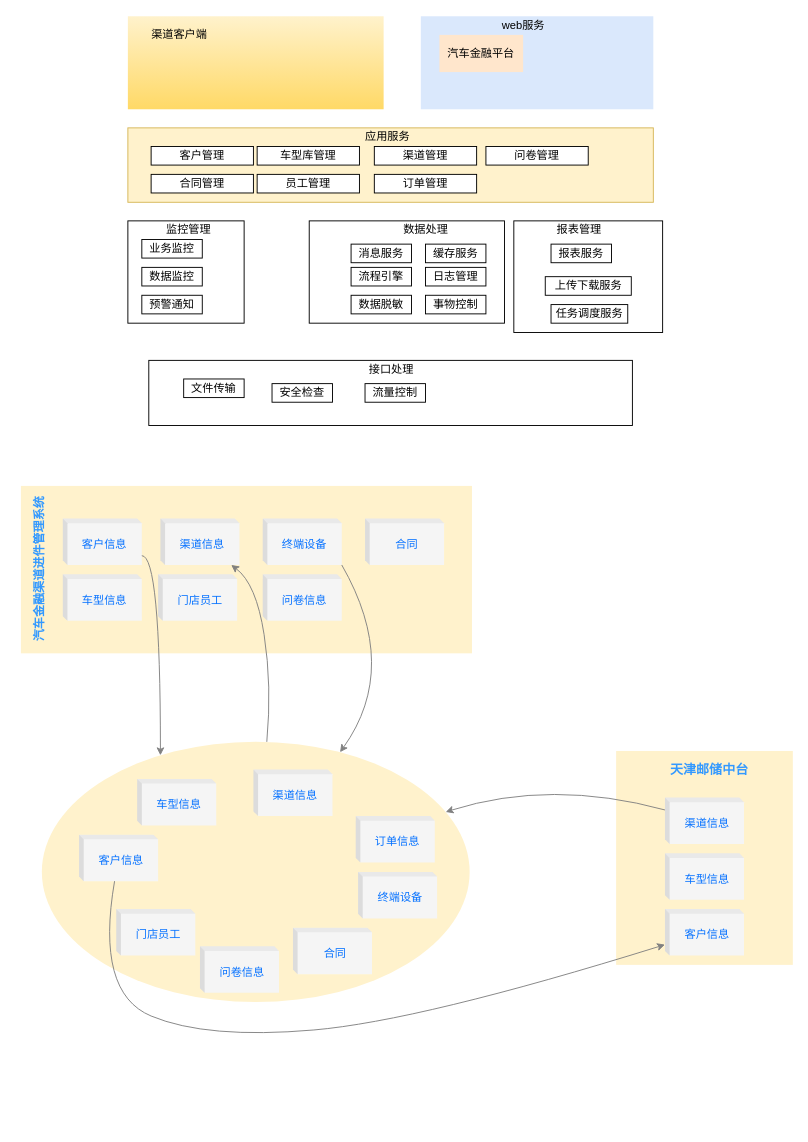
gxhslcww/scala keeps this draw.io diagram as Untitled Diagram3333333.drawio. Above is the earlier version. Source tidied: cells renumbered, new cells numbered last; positions are measured from the earlier drawing's top-left corner, leaving out a move shared by most shapes. Both pictures are drawn from the tidied source at 93%, with x=0, y=0 at pixel (16, 16).
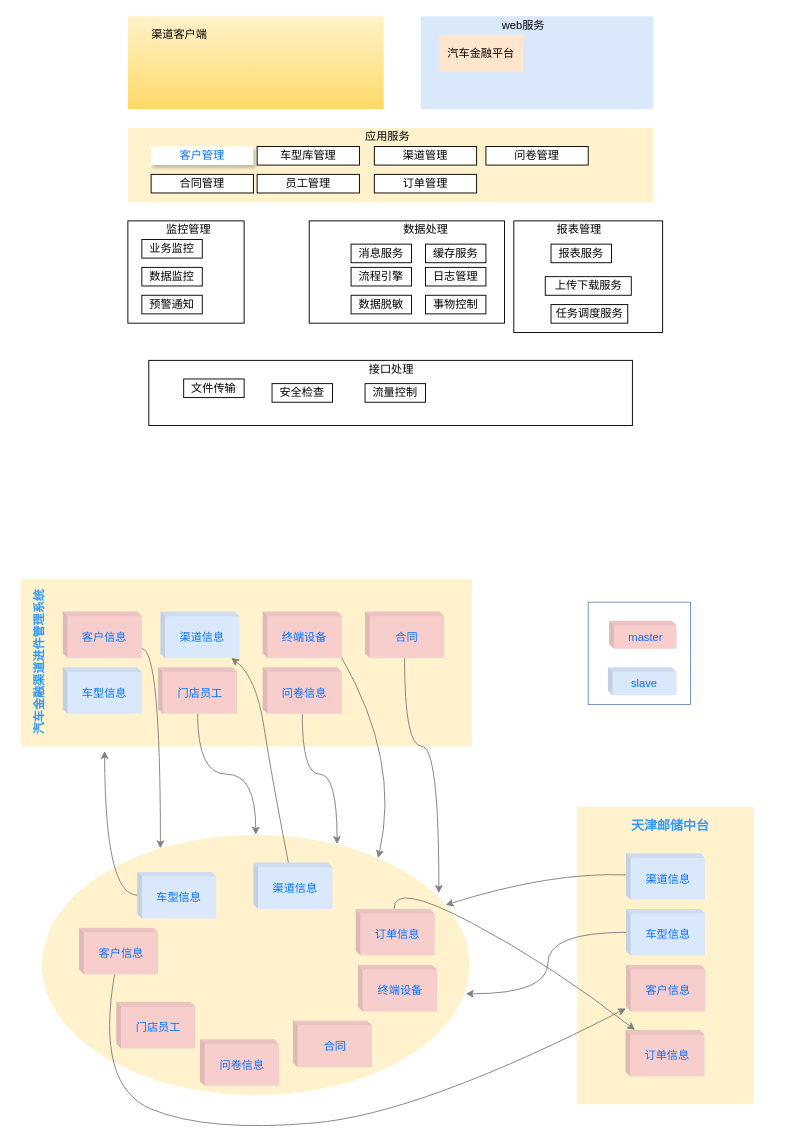
The same page after the edit.

What changed in the source:
```diff
@@
-    <mxCell id="4" style="rounded=0;whiteSpace=wrap;html=1;fillColor=#fff2cc;strokeColor=#d6b656;" parent="1" vertex="1">
+    <mxCell id="4" style="rounded=0;whiteSpace=wrap;html=1;fillColor=#fff2cc;strokeColor=none;" parent="1" vertex="1">
       <mxGeometry x="120" y="120" width="565" height="80" as="geometry" />
     </mxCell>
@@
-    <mxCell id="11" value="客户管理" style="rounded=0;whiteSpace=wrap;html=1;" parent="1" vertex="1">
+    <mxCell id="11" value="&lt;font color=&quot;#0571ff&quot;&gt;客户管理&lt;/font&gt;" style="rounded=0;whiteSpace=wrap;html=1;strokeColor=none;shadow=1;" parent="1" vertex="1">
       <mxGeometry x="145" y="140" width="110" height="20" as="geometry" />
     </mxCell>
@@
     <mxCell id="39" style="ellipse;whiteSpace=wrap;html=1;fillColor=#fff2cc;strokeColor=none;" parent="1" vertex="1">
-      <mxGeometry x="27.5" y="780" width="460" height="280" as="geometry" />
+      <mxGeometry x="27.5" y="880" width="460" height="280" as="geometry" />
     </mxCell>
     <mxCell id="40" style="rounded=0;whiteSpace=wrap;html=1;fillColor=#fff2cc;strokeColor=none;" parent="1" vertex="1">
-      <mxGeometry x="645" y="790" width="190" height="230" as="geometry" />
+      <mxGeometry x="603.1" y="850" width="190" height="320" as="geometry" />
     </mxCell>
     <mxCell id="41" value="&lt;font style=&quot;font-size: 14px&quot; color=&quot;#3399ff&quot;&gt;&lt;b&gt;天津邮储中台&lt;/b&gt;&lt;/font&gt;" style="text;html=1;align=center;verticalAlign=middle;strokeColor=none;fillColor=none;fontColor=#000000;" parent="1" vertex="1">
-      <mxGeometry x="695" y="800" width="100" height="20" as="geometry" />
+      <mxGeometry x="653.1" y="860" width="100" height="20" as="geometry" />
     </mxCell>
     <mxCell id="42" style="rounded=0;whiteSpace=wrap;html=1;fillColor=#fff2cc;strokeColor=none;" parent="1" vertex="1">
-      <mxGeometry x="5" y="505" width="485" height="180" as="geometry" />
+      <mxGeometry x="5" y="605" width="485" height="180" as="geometry" />
     </mxCell>
     <mxCell id="43" value="&lt;blockquote&gt;&lt;font face=&quot;Comic Sans MS&quot; style=&quot;font-size: 13px&quot; color=&quot;#3399ff&quot;&gt;&lt;b&gt;汽车金融渠道进件管理系统&lt;/b&gt;&lt;/font&gt;&lt;/blockquote&gt;" style="text;html=1;align=center;verticalAlign=middle;strokeColor=none;fillColor=none;fontColor=#000000;horizontal=0;" parent="1" vertex="1">
-      <mxGeometry y="475" width="50" height="240" as="geometry" />
+      <mxGeometry y="575" width="50" height="240" as="geometry" />
     </mxCell>
-    <mxCell id="44" value="&lt;font color=&quot;#0571ff&quot;&gt;客户信息&lt;/font&gt;" style="shape=cube;whiteSpace=wrap;html=1;boundedLbl=1;backgroundOutline=1;darkOpacity=0.05;darkOpacity2=0.1;fontColor=#333333;size=5;fillColor=#f5f5f5;strokeColor=none;" parent="1" vertex="1">
-      <mxGeometry x="67.5" y="880" width="85" height="50" as="geometry" />
+    <mxCell id="44" value="&lt;font color=&quot;#0571ff&quot;&gt;客户信息&lt;/font&gt;" style="shape=cube;whiteSpace=wrap;html=1;boundedLbl=1;backgroundOutline=1;darkOpacity=0.05;darkOpacity2=0.1;size=5;fillColor=#f8cecc;strokeColor=none;" parent="1" vertex="1">
+      <mxGeometry x="67.5" y="980" width="85" height="50" as="geometry" />
     </mxCell>
-    <mxCell id="45" value="&lt;font color=&quot;#0571ff&quot;&gt;车型信息&lt;/font&gt;" style="shape=cube;whiteSpace=wrap;html=1;boundedLbl=1;backgroundOutline=1;darkOpacity=0.05;darkOpacity2=0.1;size=5;fillColor=#f5f5f5;strokeColor=none;fontColor=#333333;" parent="1" vertex="1">
-      <mxGeometry x="130" y="820" width="85" height="50" as="geometry" />
+    <mxCell id="45" value="&lt;font color=&quot;#0571ff&quot;&gt;车型信息&lt;/font&gt;" style="shape=cube;whiteSpace=wrap;html=1;boundedLbl=1;backgroundOutline=1;darkOpacity=0.05;darkOpacity2=0.1;size=5;fillColor=#dae8fc;strokeColor=none;" parent="1" vertex="1">
+      <mxGeometry x="130" y="920" width="85" height="50" as="geometry" />
     </mxCell>
-    <mxCell id="46" value="&lt;font color=&quot;#0571ff&quot;&gt;渠道信息&lt;/font&gt;" style="shape=cube;whiteSpace=wrap;html=1;boundedLbl=1;backgroundOutline=1;darkOpacity=0.05;darkOpacity2=0.1;size=5;fillColor=#f5f5f5;strokeColor=none;fontColor=#333333;" parent="1" vertex="1">
-      <mxGeometry x="255" y="810" width="85" height="50" as="geometry" />
+    <mxCell id="46" value="&lt;font color=&quot;#0571ff&quot;&gt;渠道信息&lt;/font&gt;" style="shape=cube;whiteSpace=wrap;html=1;boundedLbl=1;backgroundOutline=1;darkOpacity=0.05;darkOpacity2=0.1;size=5;fillColor=#dae8fc;strokeColor=none;" parent="1" vertex="1">
+      <mxGeometry x="255" y="910" width="85" height="50" as="geometry" />
     </mxCell>
-    <mxCell id="47" value="&lt;font color=&quot;#0571ff&quot;&gt;门店员工&lt;/font&gt;" style="shape=cube;whiteSpace=wrap;html=1;boundedLbl=1;backgroundOutline=1;darkOpacity=0.05;darkOpacity2=0.1;size=5;fillColor=#f5f5f5;strokeColor=none;fontColor=#333333;" parent="1" vertex="1">
-      <mxGeometry x="107.5" y="960" width="85" height="50" as="geometry" />
+    <mxCell id="47" value="&lt;font color=&quot;#0571ff&quot;&gt;门店员工&lt;/font&gt;" style="shape=cube;whiteSpace=wrap;html=1;boundedLbl=1;backgroundOutline=1;darkOpacity=0.05;darkOpacity2=0.1;size=5;fillColor=#f8cecc;strokeColor=none;" parent="1" vertex="1">
+      <mxGeometry x="107.5" y="1060" width="85" height="50" as="geometry" />
     </mxCell>
-    <mxCell id="48" value="&lt;font color=&quot;#0571ff&quot;&gt;问卷信息&lt;/font&gt;" style="shape=cube;whiteSpace=wrap;html=1;boundedLbl=1;backgroundOutline=1;darkOpacity=0.05;darkOpacity2=0.1;size=5;fillColor=#f5f5f5;strokeColor=none;fontColor=#333333;" parent="1" vertex="1">
-      <mxGeometry x="197.5" y="1000" width="85" height="50" as="geometry" />
+    <mxCell id="48" value="&lt;font color=&quot;#0571ff&quot;&gt;问卷信息&lt;/font&gt;" style="shape=cube;whiteSpace=wrap;html=1;boundedLbl=1;backgroundOutline=1;darkOpacity=0.05;darkOpacity2=0.1;size=5;fillColor=#f8cecc;strokeColor=none;" parent="1" vertex="1">
+      <mxGeometry x="197.5" y="1100" width="85" height="50" as="geometry" />
     </mxCell>
-    <mxCell id="49" value="&lt;font color=&quot;#0571ff&quot;&gt;合同&lt;/font&gt;" style="shape=cube;whiteSpace=wrap;html=1;boundedLbl=1;backgroundOutline=1;darkOpacity=0.05;darkOpacity2=0.1;size=5;fillColor=#f5f5f5;strokeColor=none;fontColor=#333333;" parent="1" vertex="1">
-      <mxGeometry x="297.5" y="980" width="85" height="50" as="geometry" />
+    <mxCell id="49" value="&lt;font color=&quot;#0571ff&quot;&gt;合同&lt;/font&gt;" style="shape=cube;whiteSpace=wrap;html=1;boundedLbl=1;backgroundOutline=1;darkOpacity=0.05;darkOpacity2=0.1;size=5;fillColor=#f8cecc;strokeColor=none;" parent="1" vertex="1">
+      <mxGeometry x="297.5" y="1080" width="85" height="50" as="geometry" />
     </mxCell>
-    <mxCell id="50" value="&lt;font color=&quot;#0571ff&quot;&gt;终端设备&lt;/font&gt;" style="shape=cube;whiteSpace=wrap;html=1;boundedLbl=1;backgroundOutline=1;darkOpacity=0.05;darkOpacity2=0.1;size=5;fillColor=#f5f5f5;strokeColor=none;fontColor=#333333;" parent="1" vertex="1">
-      <mxGeometry x="367.5" y="920" width="85" height="50" as="geometry" />
+    <mxCell id="50" value="&lt;font color=&quot;#0571ff&quot;&gt;终端设备&lt;/font&gt;" style="shape=cube;whiteSpace=wrap;html=1;boundedLbl=1;backgroundOutline=1;darkOpacity=0.05;darkOpacity2=0.1;size=5;fillColor=#f8cecc;strokeColor=none;" parent="1" vertex="1">
+      <mxGeometry x="367.5" y="1020" width="85" height="50" as="geometry" />
     </mxCell>
-    <mxCell id="51" value="&lt;font color=&quot;#0571ff&quot;&gt;渠道信息&lt;/font&gt;" style="shape=cube;whiteSpace=wrap;html=1;boundedLbl=1;backgroundOutline=1;darkOpacity=0.05;darkOpacity2=0.1;size=5;fillColor=#f5f5f5;strokeColor=none;fontColor=#333333;" parent="1" vertex="1">
-      <mxGeometry x="697.5" y="840" width="85" height="50" as="geometry" />
+    <mxCell id="51" value="&lt;font color=&quot;#0571ff&quot;&gt;渠道信息&lt;/font&gt;" style="shape=cube;whiteSpace=wrap;html=1;boundedLbl=1;backgroundOutline=1;darkOpacity=0.05;darkOpacity2=0.1;size=5;fillColor=#dae8fc;strokeColor=none;" parent="1" vertex="1">
+      <mxGeometry x="655.6" y="900" width="85" height="50" as="geometry" />
     </mxCell>
+    <mxCell id="67" style="edgeStyle=orthogonalEdgeStyle;curved=1;rounded=0;jettySize=auto;html=1;fontFamily=Comic Sans MS;fontSize=14;fontColor=#0571FF;strokeColor=#808080;entryX=0.991;entryY=0.611;entryDx=0;entryDy=0;entryPerimeter=0;" parent="1" edge="1" source="52" target="39">
+      <mxGeometry relative="1" as="geometry" />
+    </mxCell>
-    <mxCell id="52" value="&lt;font color=&quot;#0571ff&quot;&gt;车型信息&lt;/font&gt;" style="shape=cube;whiteSpace=wrap;html=1;boundedLbl=1;backgroundOutline=1;darkOpacity=0.05;darkOpacity2=0.1;size=5;fillColor=#f5f5f5;strokeColor=none;fontColor=#333333;" parent="1" vertex="1">
-      <mxGeometry x="697.5" y="900" width="85" height="50" as="geometry" />
+    <mxCell id="52" value="&lt;font color=&quot;#0571ff&quot;&gt;车型信息&lt;/font&gt;" style="shape=cube;whiteSpace=wrap;html=1;boundedLbl=1;backgroundOutline=1;darkOpacity=0.05;darkOpacity2=0.1;size=5;fillColor=#dae8fc;strokeColor=none;" parent="1" vertex="1">
+      <mxGeometry x="655.6" y="960" width="85" height="50" as="geometry" />
     </mxCell>
-    <mxCell id="53" value="&lt;font color=&quot;#0571ff&quot;&gt;客户信息&lt;/font&gt;" style="shape=cube;whiteSpace=wrap;html=1;boundedLbl=1;backgroundOutline=1;darkOpacity=0.05;darkOpacity2=0.1;fontColor=#333333;size=5;fillColor=#f5f5f5;strokeColor=none;" parent="1" vertex="1">
-      <mxGeometry x="697.5" y="960" width="85" height="50" as="geometry" />
+    <mxCell id="53" value="&lt;font color=&quot;#0571ff&quot;&gt;客户信息&lt;/font&gt;" style="shape=cube;whiteSpace=wrap;html=1;boundedLbl=1;backgroundOutline=1;darkOpacity=0.05;darkOpacity2=0.1;size=5;fillColor=#f8cecc;strokeColor=none;" parent="1" vertex="1">
+      <mxGeometry x="655.6" y="1020" width="85" height="50" as="geometry" />
     </mxCell>
-    <mxCell id="54" value="&lt;font color=&quot;#0571ff&quot;&gt;客户信息&lt;/font&gt;" style="shape=cube;whiteSpace=wrap;html=1;boundedLbl=1;backgroundOutline=1;darkOpacity=0.05;darkOpacity2=0.1;fontColor=#333333;size=5;fillColor=#f5f5f5;strokeColor=none;" parent="1" vertex="1">
-      <mxGeometry x="50" y="540" width="85" height="50" as="geometry" />
+    <mxCell id="54" value="&lt;font color=&quot;#0571ff&quot;&gt;客户信息&lt;/font&gt;" style="shape=cube;whiteSpace=wrap;html=1;boundedLbl=1;backgroundOutline=1;darkOpacity=0.05;darkOpacity2=0.1;size=5;fillColor=#f8cecc;strokeColor=none;" parent="1" vertex="1">
+      <mxGeometry x="50" y="640" width="85" height="50" as="geometry" />
     </mxCell>
-    <mxCell id="55" value="&lt;font color=&quot;#0571ff&quot;&gt;渠道信息&lt;/font&gt;" style="shape=cube;whiteSpace=wrap;html=1;boundedLbl=1;backgroundOutline=1;darkOpacity=0.05;darkOpacity2=0.1;size=5;fillColor=#f5f5f5;strokeColor=none;fontColor=#333333;" parent="1" vertex="1">
-      <mxGeometry x="155" y="540" width="85" height="50" as="geometry" />
+    <mxCell id="55" value="&lt;font color=&quot;#0571ff&quot;&gt;渠道信息&lt;/font&gt;" style="shape=cube;whiteSpace=wrap;html=1;boundedLbl=1;backgroundOutline=1;darkOpacity=0.05;darkOpacity2=0.1;size=5;fillColor=#dae8fc;strokeColor=none;" parent="1" vertex="1">
+      <mxGeometry x="155" y="640" width="85" height="50" as="geometry" />
     </mxCell>
-    <mxCell id="56" value="&lt;font color=&quot;#0571ff&quot;&gt;终端设备&lt;/font&gt;" style="shape=cube;whiteSpace=wrap;html=1;boundedLbl=1;backgroundOutline=1;darkOpacity=0.05;darkOpacity2=0.1;size=5;fillColor=#f5f5f5;strokeColor=none;fontColor=#333333;" parent="1" vertex="1">
-      <mxGeometry x="265" y="540" width="85" height="50" as="geometry" />
+    <mxCell id="56" value="&lt;font color=&quot;#0571ff&quot;&gt;终端设备&lt;/font&gt;" style="shape=cube;whiteSpace=wrap;html=1;boundedLbl=1;backgroundOutline=1;darkOpacity=0.05;darkOpacity2=0.1;size=5;fillColor=#f8cecc;strokeColor=none;" parent="1" vertex="1">
+      <mxGeometry x="265" y="640" width="85" height="50" as="geometry" />
     </mxCell>
+    <mxCell id="68" style="edgeStyle=orthogonalEdgeStyle;curved=1;rounded=0;jettySize=auto;html=1;fontFamily=Comic Sans MS;fontSize=14;fontColor=#0571FF;strokeColor=#808080;entryX=0.928;entryY=0.224;entryDx=0;entryDy=0;entryPerimeter=0;" parent="1" edge="1" source="57" target="39">
+      <mxGeometry relative="1" as="geometry" />
+    </mxCell>
-    <mxCell id="57" value="&lt;font color=&quot;#0571ff&quot;&gt;合同&lt;/font&gt;" style="shape=cube;whiteSpace=wrap;html=1;boundedLbl=1;backgroundOutline=1;darkOpacity=0.05;darkOpacity2=0.1;size=5;fillColor=#f5f5f5;strokeColor=none;fontColor=#333333;" parent="1" vertex="1">
-      <mxGeometry x="375" y="540" width="85" height="50" as="geometry" />
+    <mxCell id="57" value="&lt;font color=&quot;#0571ff&quot;&gt;合同&lt;/font&gt;" style="shape=cube;whiteSpace=wrap;html=1;boundedLbl=1;backgroundOutline=1;darkOpacity=0.05;darkOpacity2=0.1;size=5;fillColor=#f8cecc;strokeColor=none;" parent="1" vertex="1">
+      <mxGeometry x="375" y="640" width="85" height="50" as="geometry" />
     </mxCell>
-    <mxCell id="58" value="&lt;font color=&quot;#0571ff&quot;&gt;车型信息&lt;/font&gt;" style="shape=cube;whiteSpace=wrap;html=1;boundedLbl=1;backgroundOutline=1;darkOpacity=0.05;darkOpacity2=0.1;size=5;fillColor=#f5f5f5;strokeColor=none;fontColor=#333333;" parent="1" vertex="1">
-      <mxGeometry x="50" y="600" width="85" height="50" as="geometry" />
+    <mxCell id="58" value="&lt;font color=&quot;#0571ff&quot;&gt;车型信息&lt;/font&gt;" style="shape=cube;whiteSpace=wrap;html=1;boundedLbl=1;backgroundOutline=1;darkOpacity=0.05;darkOpacity2=0.1;size=5;fillColor=#dae8fc;strokeColor=none;" parent="1" vertex="1">
+      <mxGeometry x="50" y="700" width="85" height="50" as="geometry" />
     </mxCell>
+    <mxCell id="69" style="edgeStyle=orthogonalEdgeStyle;curved=1;rounded=0;jettySize=auto;html=1;fontFamily=Comic Sans MS;fontSize=14;fontColor=#0571FF;strokeColor=#808080;" parent="1" edge="1" source="59" target="39">
+      <mxGeometry relative="1" as="geometry" />
+    </mxCell>
-    <mxCell id="59" value="&lt;font color=&quot;#0571ff&quot;&gt;门店员工&lt;/font&gt;" style="shape=cube;whiteSpace=wrap;html=1;boundedLbl=1;backgroundOutline=1;darkOpacity=0.05;darkOpacity2=0.1;size=5;fillColor=#f5f5f5;strokeColor=none;fontColor=#333333;" parent="1" vertex="1">
-      <mxGeometry x="152.5" y="600" width="85" height="50" as="geometry" />
+    <mxCell id="59" value="&lt;font color=&quot;#0571ff&quot;&gt;门店员工&lt;/font&gt;" style="shape=cube;whiteSpace=wrap;html=1;boundedLbl=1;backgroundOutline=1;darkOpacity=0.05;darkOpacity2=0.1;size=5;fillColor=#f8cecc;strokeColor=none;" parent="1" vertex="1">
+      <mxGeometry x="152.5" y="700" width="85" height="50" as="geometry" />
     </mxCell>
+    <mxCell id="70" style="edgeStyle=orthogonalEdgeStyle;curved=1;rounded=0;jettySize=auto;html=1;fontFamily=Comic Sans MS;fontSize=14;fontColor=#0571FF;strokeColor=#808080;entryX=0.69;entryY=0.036;entryDx=0;entryDy=0;entryPerimeter=0;" parent="1" edge="1" source="60" target="39">
+      <mxGeometry relative="1" as="geometry" />
+    </mxCell>
-    <mxCell id="60" value="&lt;font color=&quot;#0571ff&quot;&gt;问卷信息&lt;/font&gt;" style="shape=cube;whiteSpace=wrap;html=1;boundedLbl=1;backgroundOutline=1;darkOpacity=0.05;darkOpacity2=0.1;size=5;fillColor=#f5f5f5;strokeColor=none;fontColor=#333333;" parent="1" vertex="1">
-      <mxGeometry x="265" y="600" width="85" height="50" as="geometry" />
+    <mxCell id="60" value="&lt;font color=&quot;#0571ff&quot;&gt;问卷信息&lt;/font&gt;" style="shape=cube;whiteSpace=wrap;html=1;boundedLbl=1;backgroundOutline=1;darkOpacity=0.05;darkOpacity2=0.1;size=5;fillColor=#f8cecc;strokeColor=none;" parent="1" vertex="1">
+      <mxGeometry x="265" y="700" width="85" height="50" as="geometry" />
     </mxCell>
     <mxCell id="61" style="endArrow=classic;html=1;rounded=0;fontFamily=Comic Sans MS;fontSize=14;fontColor=#0000FF;strokeColor=#808080;edgeStyle=orthogonalEdgeStyle;curved=1;" parent="1" edge="1" source="54" target="39">
       <mxGeometry relative="1" as="geometry">
         <Array as="points">
-          <mxPoint x="155" y="580" />
+          <mxPoint x="155" y="680" />
         </Array>
       </mxGeometry>
     </mxCell>
-    <mxCell id="62" value="&lt;font color=&quot;#0571ff&quot;&gt;订单信息&lt;/font&gt;" style="shape=cube;whiteSpace=wrap;html=1;boundedLbl=1;backgroundOutline=1;darkOpacity=0.05;darkOpacity2=0.1;size=5;fillColor=#f5f5f5;strokeColor=none;fontColor=#333333;" parent="1" vertex="1">
-      <mxGeometry x="365" y="860" width="85" height="50" as="geometry" />
+    <mxCell id="62" value="&lt;font color=&quot;#0571ff&quot;&gt;订单信息&lt;/font&gt;" style="shape=cube;whiteSpace=wrap;html=1;boundedLbl=1;backgroundOutline=1;darkOpacity=0.05;darkOpacity2=0.1;size=5;fillColor=#f8cecc;strokeColor=none;" parent="1" vertex="1">
+      <mxGeometry x="365" y="960" width="85" height="50" as="geometry" />
     </mxCell>
-    <mxCell id="63" style="curved=1;endArrow=classic;html=1;rounded=0;fontFamily=Comic Sans MS;fontSize=14;fontColor=#0571FF;strokeColor=#808080;" parent="1" edge="1" target="39">
+    <mxCell id="63" style="curved=1;endArrow=classic;html=1;rounded=0;fontFamily=Comic Sans MS;fontSize=14;fontColor=#0571FF;strokeColor=#808080;entryX=0.786;entryY=0.09;entryDx=0;entryDy=0;entryPerimeter=0;" parent="1" edge="1" target="39">
       <mxGeometry relative="1" as="geometry">
-        <mxPoint x="350" y="590" as="sourcePoint" />
+        <mxPoint x="350" y="690" as="sourcePoint" />
         <Array as="points">
-          <mxPoint x="413.1" y="700" />
+          <mxPoint x="413.1" y="800" />
         </Array>
       </mxGeometry>
     </mxCell>
-    <mxCell id="64" style="curved=1;endArrow=classic;html=1;rounded=0;fontFamily=Comic Sans MS;fontSize=14;fontColor=#0571FF;strokeColor=#808080;" parent="1" edge="1" source="39" target="55">
-      <mxGeometry relative="1" as="geometry">
-        <Array as="points">
-          <mxPoint x="275" y="720" />
-          <mxPoint x="258" y="610" />
-        </Array>
-      </mxGeometry>
-    </mxCell>
     <mxCell id="65" style="curved=1;endArrow=classic;html=1;rounded=0;fontFamily=Comic Sans MS;fontSize=14;fontColor=#0571FF;strokeColor=#808080;" parent="1" edge="1" source="51" target="39">
       <mxGeometry relative="1" as="geometry">
         <Array as="points">
-          <mxPoint x="575" y="820" />
+          <mxPoint x="575" y="920" />
         </Array>
       </mxGeometry>
     </mxCell>
     <mxCell id="66" style="curved=1;endArrow=classic;html=1;rounded=0;fontFamily=Comic Sans MS;fontSize=14;fontColor=#0571FF;strokeColor=#808080;" parent="1" edge="1" source="44" target="53">
       <mxGeometry relative="1" as="geometry">
         <Array as="points">
-          <mxPoint x="85" y="1050" />
-          <mxPoint x="205" y="1100" />
-          <mxPoint x="435" y="1080" />
+          <mxPoint x="85" y="1150" />
+          <mxPoint x="205" y="1200" />
+          <mxPoint x="435" y="1180" />
         </Array>
       </mxGeometry>
     </mxCell>
+    <mxCell id="71" value="&lt;font color=&quot;#0571ff&quot;&gt;订单信息&lt;/font&gt;" style="shape=cube;whiteSpace=wrap;html=1;boundedLbl=1;backgroundOutline=1;darkOpacity=0.05;darkOpacity2=0.1;size=5;fillColor=#f8cecc;strokeColor=none;" parent="1" vertex="1">
+      <mxGeometry x="655.1" y="1090" width="85" height="50" as="geometry" />
+    </mxCell>
+    <mxCell id="72" style="edgeStyle=orthogonalEdgeStyle;curved=1;rounded=0;jettySize=auto;html=1;fontFamily=Comic Sans MS;fontSize=14;fontColor=#0571FF;strokeColor=#808080;" parent="1" edge="1" source="45">
+      <mxGeometry relative="1" as="geometry">
+        <mxPoint x="95" y="790" as="targetPoint" />
+      </mxGeometry>
+    </mxCell>
+    <mxCell id="64" style="curved=1;endArrow=classic;html=1;rounded=0;fontFamily=Comic Sans MS;fontSize=14;fontColor=#0571FF;strokeColor=#808080;" parent="1" edge="1" source="46" target="55">
+      <mxGeometry relative="1" as="geometry">
+        <Array as="points">
+          <mxPoint x="275" y="820" />
+          <mxPoint x="258" y="710" />
+        </Array>
+      </mxGeometry>
+    </mxCell>
+    <mxCell id="73" style="curved=1;endArrow=classic;html=1;rounded=0;fontFamily=Comic Sans MS;fontSize=14;fontColor=#0571FF;strokeColor=#808080;" parent="1" edge="1" source="62" target="71">
+      <mxGeometry relative="1" as="geometry">
+        <Array as="points">
+          <mxPoint x="405" y="930" />
+          <mxPoint x="575" y="1020" />
+        </Array>
+      </mxGeometry>
+    </mxCell>
+    <mxCell id="74" style="whiteSpace=wrap;html=1;labelBackgroundColor=none;fontFamily=Comic Sans MS;fontSize=14;strokeColor=#6c8ebf;verticalAlign=middle;fillColor=none;" parent="1" vertex="1">
+      <mxGeometry x="615" y="630" width="110" height="110" as="geometry" />
+    </mxCell>
+    <mxCell id="75" value="&lt;font color=&quot;#0571ff&quot;&gt;slave&lt;/font&gt;" style="shape=cube;whiteSpace=wrap;html=1;boundedLbl=1;backgroundOutline=1;darkOpacity=0.05;darkOpacity2=0.1;size=5;fillColor=#dae8fc;strokeColor=none;" parent="1" vertex="1">
+      <mxGeometry x="636.2" y="700" width="73.8" height="30" as="geometry" />
+    </mxCell>
+    <mxCell id="76" value="&lt;font color=&quot;#0571ff&quot;&gt;master&lt;/font&gt;" style="shape=cube;whiteSpace=wrap;html=1;boundedLbl=1;backgroundOutline=1;darkOpacity=0.05;darkOpacity2=0.1;size=5;fillColor=#f8cecc;strokeColor=none;" parent="1" vertex="1">
+      <mxGeometry x="637.5" y="650" width="72.5" height="30" as="geometry" />
+    </mxCell>
```
